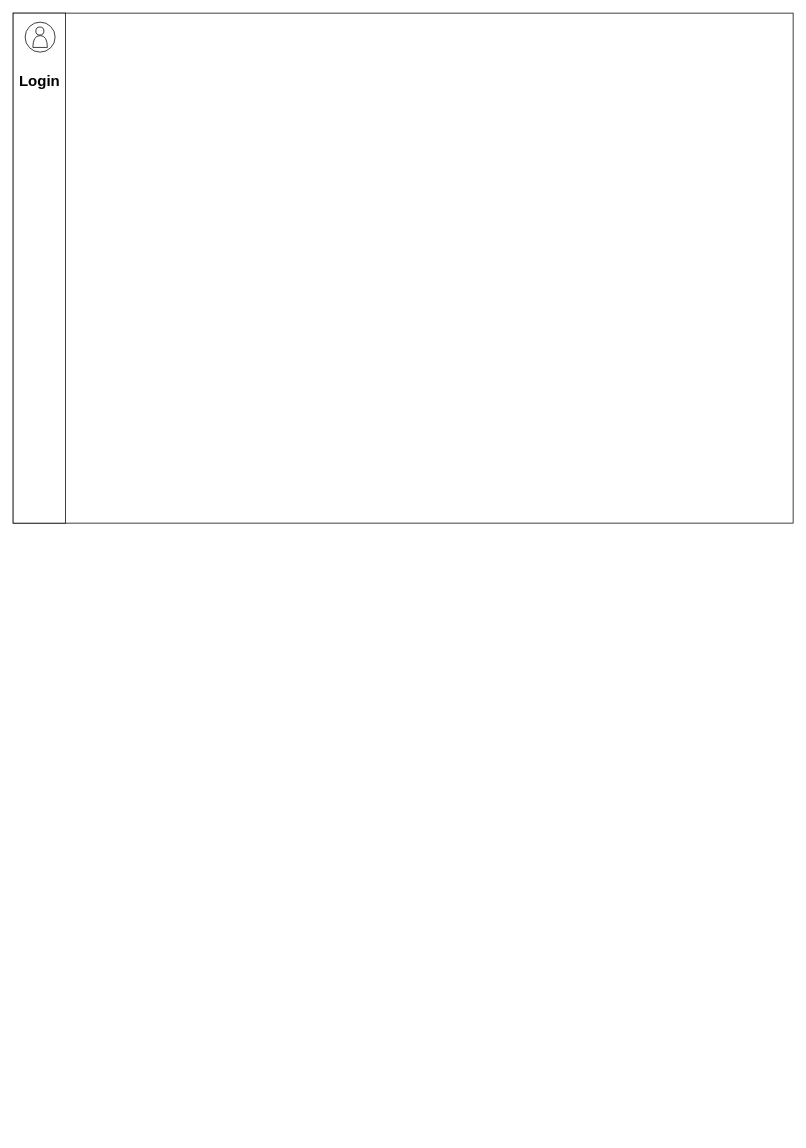
The draw.io diagram Investor UI.drawio in Girmu/Girmu-1, before the edit. Source tidied: cells renumbered, new cells numbered last; positions are measured from the earlier drawing's top-left corner, leaving out a move shared by most shapes. Both pictures are drawn from the tidied source at 75%, with x=0, y=0 at pixel (13, 13).
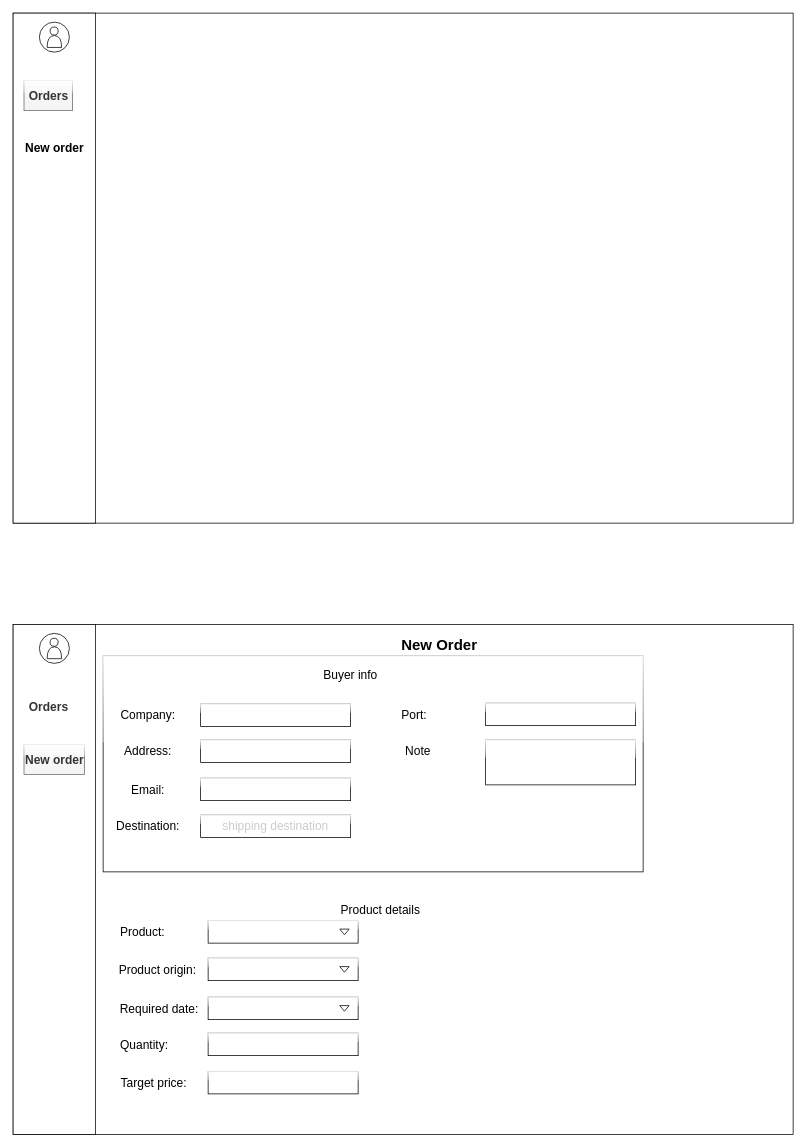
Above is the later version.

Diff of the diagram source:
```diff
@@
+    <mxCell id="10" style="group;" parent="1" vertex="1">
+      <mxGeometry width="1040" height="680" as="geometry" />
+    </mxCell>
-    <mxCell id="2" style="rounded=0;whiteSpace=wrap;html=1;" parent="1" vertex="1">
+    <mxCell id="2" style="rounded=0;whiteSpace=wrap;html=1;" parent="10" vertex="1">
       <mxGeometry width="1040" height="680" as="geometry" />
     </mxCell>
-    <mxCell id="3" style="rounded=0;whiteSpace=wrap;html=1;" parent="1" vertex="1">
-      <mxGeometry width="70" height="680" as="geometry" />
+    <mxCell id="3" style="rounded=0;whiteSpace=wrap;html=1;" parent="10" vertex="1">
+      <mxGeometry width="110" height="680" as="geometry" />
     </mxCell>
-    <mxCell id="4" style="group;" parent="1" vertex="1">
-      <mxGeometry x="16" y="12" width="40" height="40" as="geometry" />
+    <mxCell id="4" style="group;" parent="10" vertex="1">
+      <mxGeometry x="35" y="12" width="40" height="40" as="geometry" />
     </mxCell>
@@
-    <mxCell id="9" value="Login" style="text;strokeColor=none;fillColor=none;html=1;fontSize=20;fontStyle=1;verticalAlign=middle;align=center;" parent="1" vertex="1">
-      <mxGeometry x="2.5" y="70" width="65" height="40" as="geometry" />
-    </mxCell>
+    <mxCell id="11" value="Orders" style="text;strokeColor=#666666;fillColor=#f5f5f5;html=1;fontSize=16;fontStyle=1;verticalAlign=middle;align=center;glass=1;fontColor=#333333;" parent="10" vertex="1">
+      <mxGeometry x="14.5" y="90" width="64.5" height="40" as="geometry" />
+    </mxCell>
+    <mxCell id="12" value="New order" style="text;strokeColor=none;fillColor=none;html=1;fontSize=16;fontStyle=1;verticalAlign=middle;align=center;" parent="10" vertex="1">
+      <mxGeometry x="14.5" y="160" width="80.5" height="40" as="geometry" />
+    </mxCell>
+    <mxCell id="13" style="group;" parent="1" vertex="1">
+      <mxGeometry y="815" width="1040" height="680" as="geometry" />
+    </mxCell>
+    <mxCell id="14" style="rounded=0;whiteSpace=wrap;html=1;" parent="13" vertex="1">
+      <mxGeometry width="1040" height="680" as="geometry" />
+    </mxCell>
+    <mxCell id="15" style="rounded=0;whiteSpace=wrap;html=1;" parent="13" vertex="1">
+      <mxGeometry width="110" height="680" as="geometry" />
+    </mxCell>
+    <mxCell id="16" style="group;" parent="13" vertex="1">
+      <mxGeometry x="35" y="12" width="40" height="40" as="geometry" />
+    </mxCell>
+    <mxCell id="17" style="ellipse;whiteSpace=wrap;html=1;" parent="16" vertex="1">
+      <mxGeometry width="40" height="40" as="geometry" />
+    </mxCell>
+    <mxCell id="18" style="group;" parent="16" vertex="1">
+      <mxGeometry x="10" y="4.5" width="20" height="29" as="geometry" />
+    </mxCell>
+    <mxCell id="19" style="ellipse;whiteSpace=wrap;html=1;" parent="18" vertex="1">
+      <mxGeometry x="4.3" y="2" width="10.7" height="10.7" as="geometry" />
+    </mxCell>
+    <mxCell id="20" style="shape=or;whiteSpace=wrap;html=1;rotation=-90;" parent="18" vertex="1">
+      <mxGeometry x="2.1" y="11.7" width="15.8" height="19.3" as="geometry" />
+    </mxCell>
+    <mxCell id="21" value="Orders" style="text;strokeColor=none;fillColor=none;html=1;fontSize=16;fontStyle=1;verticalAlign=middle;align=center;glass=0;fontColor=#333333;" parent="13" vertex="1">
+      <mxGeometry x="14.5" y="90" width="64.5" height="40" as="geometry" />
+    </mxCell>
+    <mxCell id="22" value="New order" style="text;strokeColor=#666666;fillColor=#f5f5f5;html=1;fontSize=16;fontStyle=1;verticalAlign=middle;align=center;fontColor=#333333;glass=1;" parent="13" vertex="1">
+      <mxGeometry x="14.5" y="160" width="80.5" height="40" as="geometry" />
+    </mxCell>
+    <mxCell id="23" value="New Order" style="text;strokeColor=none;fillColor=none;html=1;fontSize=20;fontStyle=1;verticalAlign=middle;align=center;glass=1;" parent="13" vertex="1">
+      <mxGeometry x="500" y="12" width="135" height="30" as="geometry" />
+    </mxCell>
+    <mxCell id="24" style="rounded=0;whiteSpace=wrap;html=1;glass=1;fontSize=16;strokeColor=default;fillColor=default;" parent="13" vertex="1">
+      <mxGeometry x="120" y="42" width="720" height="288" as="geometry" />
+    </mxCell>
+    <mxCell id="25" value="Product details" style="text;html=1;strokeColor=none;fillColor=none;align=center;verticalAlign=middle;whiteSpace=wrap;rounded=0;glass=1;fontSize=16;" parent="13" vertex="1">
+      <mxGeometry x="410" y="365" width="160" height="30" as="geometry" />
+    </mxCell>
+    <mxCell id="26" style="group;" parent="13" vertex="1">
+      <mxGeometry x="130" y="254" width="320" height="30" as="geometry" />
+    </mxCell>
+    <mxCell id="27" value="Destination:" style="text;html=1;strokeColor=none;fillColor=none;align=center;verticalAlign=middle;whiteSpace=wrap;rounded=0;glass=1;fontSize=16;" parent="26" vertex="1">
+      <mxGeometry width="100" height="30" as="geometry" />
+    </mxCell>
+    <mxCell id="28" value="&lt;font color=&quot;#cccccc&quot;&gt;shipping destination&lt;/font&gt;" style="rounded=0;whiteSpace=wrap;html=1;glass=1;fontSize=16;strokeColor=default;fillColor=default;" parent="26" vertex="1">
+      <mxGeometry x="120" width="200" height="30" as="geometry" />
+    </mxCell>
+    <mxCell id="29" style="group;" parent="13" vertex="1">
+      <mxGeometry x="130" y="205" width="320" height="30" as="geometry" />
+    </mxCell>
+    <mxCell id="30" value="Email:" style="text;html=1;strokeColor=none;fillColor=none;align=center;verticalAlign=middle;whiteSpace=wrap;rounded=0;glass=1;fontSize=16;" parent="29" vertex="1">
+      <mxGeometry width="100" height="30" as="geometry" />
+    </mxCell>
+    <mxCell id="31" style="rounded=0;whiteSpace=wrap;html=1;glass=1;fontSize=16;strokeColor=default;fillColor=default;" parent="29" vertex="1">
+      <mxGeometry x="120" width="200" height="30" as="geometry" />
+    </mxCell>
+    <mxCell id="32" style="group;" parent="13" vertex="1">
+      <mxGeometry x="130" y="154" width="320" height="30" as="geometry" />
+    </mxCell>
+    <mxCell id="33" value="Address:" style="text;html=1;strokeColor=none;fillColor=none;align=center;verticalAlign=middle;whiteSpace=wrap;rounded=0;glass=1;fontSize=16;" parent="32" vertex="1">
+      <mxGeometry width="100" height="30" as="geometry" />
+    </mxCell>
+    <mxCell id="34" style="rounded=0;whiteSpace=wrap;html=1;glass=1;fontSize=16;strokeColor=default;fillColor=default;" parent="32" vertex="1">
+      <mxGeometry x="120" width="200" height="30" as="geometry" />
+    </mxCell>
+    <mxCell id="35" style="group;" parent="13" vertex="1">
+      <mxGeometry x="130" y="106" width="320" height="30" as="geometry" />
+    </mxCell>
+    <mxCell id="36" value="Company:" style="text;html=1;strokeColor=none;fillColor=none;align=center;verticalAlign=middle;whiteSpace=wrap;rounded=0;glass=1;fontSize=16;" parent="35" vertex="1">
+      <mxGeometry width="100" height="30" as="geometry" />
+    </mxCell>
+    <mxCell id="37" style="rounded=0;whiteSpace=wrap;html=1;glass=1;fontSize=16;strokeColor=default;fillColor=default;" parent="35" vertex="1">
+      <mxGeometry x="120" width="200" height="30" as="geometry" />
+    </mxCell>
+    <mxCell id="38" style="group;" parent="13" vertex="1">
+      <mxGeometry x="510" y="105" width="320" height="30" as="geometry" />
+    </mxCell>
+    <mxCell id="39" value="Port:" style="text;html=1;strokeColor=none;fillColor=none;align=center;verticalAlign=middle;whiteSpace=wrap;rounded=0;glass=1;fontSize=16;" parent="38" vertex="1">
+      <mxGeometry x="-10" width="70" height="30" as="geometry" />
+    </mxCell>
+    <mxCell id="40" style="rounded=0;whiteSpace=wrap;html=1;glass=1;fontSize=16;strokeColor=default;fillColor=default;" parent="38" vertex="1">
+      <mxGeometry x="120" width="200" height="30" as="geometry" />
+    </mxCell>
+    <mxCell id="41" style="group;" parent="13" vertex="1">
+      <mxGeometry x="510" y="154" width="320" height="60" as="geometry" />
+    </mxCell>
+    <mxCell id="42" value="Note" style="text;html=1;strokeColor=none;fillColor=none;align=center;verticalAlign=middle;whiteSpace=wrap;rounded=0;glass=1;fontSize=16;" parent="41" vertex="1">
+      <mxGeometry width="60" height="30" as="geometry" />
+    </mxCell>
+    <mxCell id="43" style="rounded=0;whiteSpace=wrap;html=1;glass=1;fontSize=16;strokeColor=default;fillColor=default;" parent="41" vertex="1">
+      <mxGeometry x="120" width="200" height="60" as="geometry" />
+    </mxCell>
+    <mxCell id="44" value="Buyer info" style="text;html=1;strokeColor=none;fillColor=none;align=center;verticalAlign=middle;whiteSpace=wrap;rounded=0;glass=1;fontSize=16;" parent="13" vertex="1">
+      <mxGeometry x="370" y="52" width="160" height="30" as="geometry" />
+    </mxCell>
+    <mxCell id="45" style="group;" parent="13" vertex="1">
+      <mxGeometry x="140" y="596" width="320" height="30" as="geometry" />
+    </mxCell>
+    <mxCell id="46" value="Target price:&amp;nbsp;" style="text;html=1;strokeColor=none;fillColor=none;align=center;verticalAlign=middle;whiteSpace=wrap;rounded=0;glass=1;fontSize=16;" parent="45" vertex="1">
+      <mxGeometry width="100" height="30" as="geometry" />
+    </mxCell>
+    <mxCell id="47" style="rounded=0;whiteSpace=wrap;html=1;glass=1;fontSize=16;strokeColor=default;fillColor=default;" parent="45" vertex="1">
+      <mxGeometry x="120" width="200" height="30" as="geometry" />
+    </mxCell>
+    <mxCell id="48" style="group;" parent="13" vertex="1">
+      <mxGeometry x="140" y="545" width="320" height="30" as="geometry" />
+    </mxCell>
+    <mxCell id="49" value="Quantity:" style="text;html=1;strokeColor=none;fillColor=none;align=center;verticalAlign=middle;whiteSpace=wrap;rounded=0;glass=1;fontSize=16;" parent="48" vertex="1">
+      <mxGeometry width="70" height="30" as="geometry" />
+    </mxCell>
+    <mxCell id="50" style="rounded=0;whiteSpace=wrap;html=1;glass=1;fontSize=16;strokeColor=default;fillColor=default;" parent="48" vertex="1">
+      <mxGeometry x="120" width="200" height="30" as="geometry" />
+    </mxCell>
+    <mxCell id="51" style="group;" parent="13" vertex="1">
+      <mxGeometry x="140" y="497" width="320" height="30" as="geometry" />
+    </mxCell>
+    <mxCell id="52" value="Required date:" style="text;html=1;strokeColor=none;fillColor=none;align=center;verticalAlign=middle;whiteSpace=wrap;rounded=0;glass=1;fontSize=16;" parent="51" vertex="1">
+      <mxGeometry width="110" height="30" as="geometry" />
+    </mxCell>
+    <mxCell id="53" style="rounded=0;whiteSpace=wrap;html=1;glass=1;fontSize=16;strokeColor=default;fillColor=default;" parent="51" vertex="1">
+      <mxGeometry x="120" width="200" height="30" as="geometry" />
+    </mxCell>
+    <mxCell id="54" style="triangle;whiteSpace=wrap;html=1;glass=1;fontSize=16;strokeColor=default;fillColor=default;rotation=90;" parent="51" vertex="1">
+      <mxGeometry x="298" y="8.8" width="7.5" height="12.5" as="geometry" />
+    </mxCell>
+    <mxCell id="55" style="group;" parent="13" vertex="1">
+      <mxGeometry x="140" y="445" width="320" height="30" as="geometry" />
+    </mxCell>
+    <mxCell id="56" value="Product origin:&amp;nbsp;" style="text;html=1;strokeColor=none;fillColor=none;align=center;verticalAlign=middle;whiteSpace=wrap;rounded=0;glass=1;fontSize=16;" parent="55" vertex="1">
+      <mxGeometry width="110" height="30" as="geometry" />
+    </mxCell>
+    <mxCell id="57" style="rounded=0;whiteSpace=wrap;html=1;glass=1;fontSize=16;strokeColor=default;fillColor=default;" parent="55" vertex="1">
+      <mxGeometry x="120" width="200" height="30" as="geometry" />
+    </mxCell>
+    <mxCell id="58" style="triangle;whiteSpace=wrap;html=1;glass=1;fontSize=16;strokeColor=default;fillColor=default;rotation=90;" parent="55" vertex="1">
+      <mxGeometry x="298" y="8.8" width="7.5" height="12.5" as="geometry" />
+    </mxCell>
+    <mxCell id="59" style="group;" parent="13" vertex="1">
+      <mxGeometry x="150" y="395" width="320" height="30" as="geometry" />
+    </mxCell>
+    <mxCell id="60" value="Product:&amp;nbsp;" style="text;html=1;strokeColor=none;fillColor=none;align=center;verticalAlign=middle;whiteSpace=wrap;rounded=0;glass=1;fontSize=16;" parent="59" vertex="1">
+      <mxGeometry x="-10" width="70" height="30" as="geometry" />
+    </mxCell>
+    <mxCell id="61" style="rounded=0;whiteSpace=wrap;html=1;glass=1;fontSize=16;strokeColor=default;fillColor=default;" parent="59" vertex="1">
+      <mxGeometry x="110" width="200" height="30" as="geometry" />
+    </mxCell>
+    <mxCell id="62" style="triangle;whiteSpace=wrap;html=1;glass=1;fontSize=16;strokeColor=default;fillColor=default;rotation=90;" parent="59" vertex="1">
+      <mxGeometry x="288" y="8.8" width="7.5" height="12.5" as="geometry" />
+    </mxCell>
```
